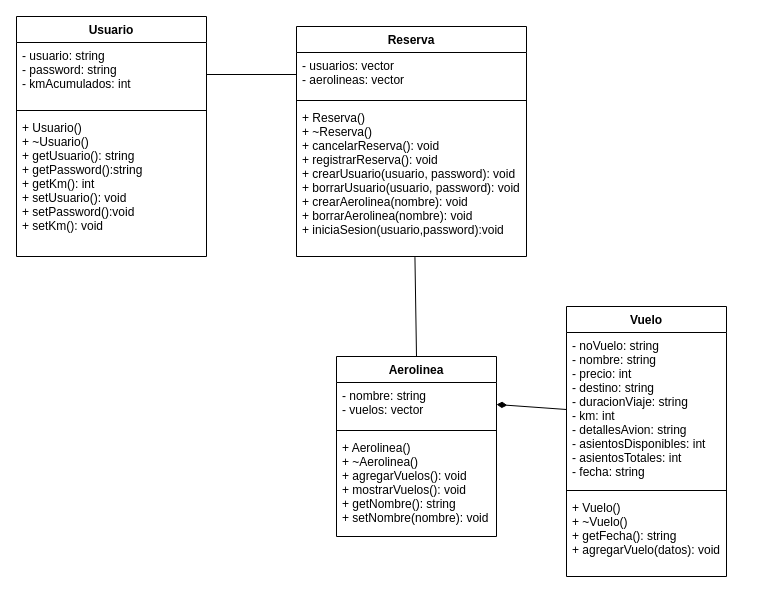
This is Proyecto/diagrama.drawio from AlexaBF/OOP, a draw.io file, before an edit. Source tidied: cells renumbered, new cells numbered last; positions are measured from the earlier drawing's top-left corner, leaving out a move shared by most shapes. Both pictures are drawn from the tidied source at 100%, with x=0, y=0 at pixel (16, 16).
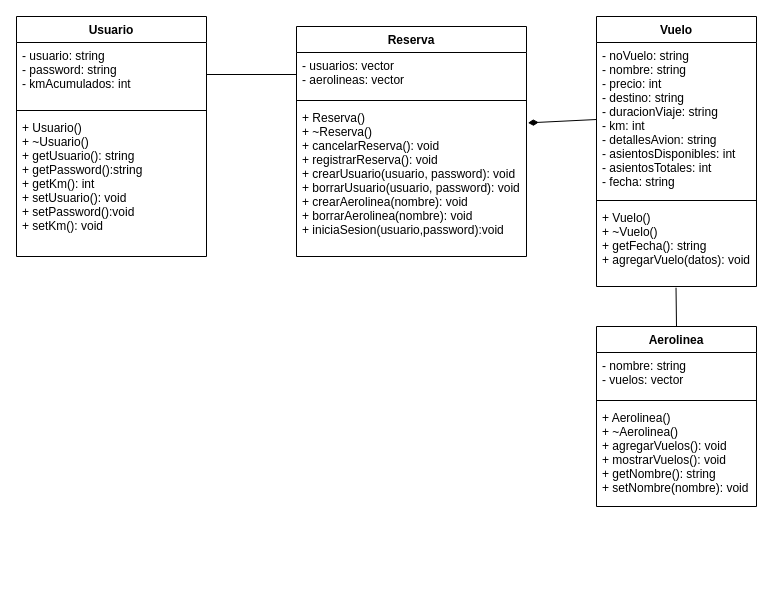
The same page after the edit.

Unchanged cells that the change refers to:
```xml
<mxCell id="7" value="- nombre: string&#10;- vuelos: vector" style="text;strokeColor=none;fillColor=none;align=left;verticalAlign=top;spacingLeft=4;spacingRight=4;overflow=hidden;points=[[0,0.5],[1,0.5]];portConstraint=eastwest;" parent="6" vertex="1">
  <mxGeometry y="26" width="160" height="44" as="geometry" />
</mxCell>
<mxCell id="11" value="- noVuelo: string&#10;- nombre: string&#10;- precio: int&#10;- destino: string&#10;- duracionViaje: string&#10;- km: int&#10;- detallesAvion: string&#10;- asientosDisponibles: int&#10;- asientosTotales: int&#10;- fecha: string" style="text;strokeColor=none;fillColor=none;align=left;verticalAlign=top;spacingLeft=4;spacingRight=4;overflow=hidden;points=[[0,0.5],[1,0.5]];portConstraint=eastwest;" parent="10" vertex="1">
  <mxGeometry y="26" width="160" height="154" as="geometry" />
</mxCell>
<mxCell id="13" value="+ Vuelo()&#10;+ ~Vuelo()&#10;+ getFecha(): string&#10;+ agregarVuelo(datos): void" style="text;strokeColor=none;fillColor=none;align=left;verticalAlign=top;spacingLeft=4;spacingRight=4;overflow=hidden;points=[[0,0.5],[1,0.5]];portConstraint=eastwest;" parent="10" vertex="1">
  <mxGeometry y="188" width="160" height="82" as="geometry" />
</mxCell>
<mxCell id="17" value="+ Reserva()&#10;+ ~Reserva()&#10;+ cancelarReserva(): void&#10;+ registrarReserva(): void&#10;+ crearUsuario(usuario, password): void&#10;+ borrarUsuario(usuario, password): void&#10;+ crearAerolinea(nombre): void&#10;+ borrarAerolinea(nombre): void&#10;+ iniciaSesion(usuario,password):void" style="text;strokeColor=none;fillColor=none;align=left;verticalAlign=top;spacingLeft=4;spacingRight=4;overflow=hidden;points=[[0,0.5],[1,0.5]];portConstraint=eastwest;" parent="14" vertex="1">
  <mxGeometry y="78" width="230" height="152" as="geometry" />
</mxCell>
```

The edit, as a diff of the source:
```diff
@@
     <mxCell id="6" value="Aerolinea" style="swimlane;fontStyle=1;align=center;verticalAlign=top;horizontal=1;startSize=26;" parent="1" vertex="1">
-      <mxGeometry x="320" y="340" width="160" height="180" as="geometry" />
+      <mxGeometry x="580" y="310" width="160" height="180" as="geometry" />
     </mxCell>
@@
     <mxCell id="10" value="Vuelo" style="swimlane;fontStyle=1;align=center;verticalAlign=top;horizontal=1;startSize=26;" parent="1" vertex="1">
-      <mxGeometry x="550" y="290" width="160" height="270" as="geometry" />
+      <mxGeometry x="580" width="160" height="270" as="geometry" />
     </mxCell>
@@
-    <mxCell id="18" style="endArrow=none;startArrow=diamondThin;endFill=0;startFill=1;html=1;verticalAlign=bottom;labelBackgroundColor=none;strokeWidth=1;startSize=8;endSize=8;exitX=1;exitY=0.5;exitDx=0;exitDy=0;entryX=0;entryY=0.5;entryDx=0;entryDy=0;" parent="1" edge="1" source="7" target="11">
+    <mxCell id="18" style="endArrow=none;startArrow=diamondThin;endFill=0;startFill=1;html=1;verticalAlign=bottom;labelBackgroundColor=none;strokeWidth=1;startSize=8;endSize=8;exitX=1.006;exitY=0.121;exitDx=0;exitDy=0;entryX=0;entryY=0.5;entryDx=0;entryDy=0;exitPerimeter=0;" parent="1" edge="1" source="17" target="11">
       <mxGeometry relative="1" as="geometry" />
     </mxCell>
-    <mxCell id="19" style="endArrow=none;html=1;exitX=0.5;exitY=0;exitDx=0;exitDy=0;entryX=0.515;entryY=1.004;entryDx=0;entryDy=0;entryPerimeter=0;" parent="1" edge="1" source="6" target="17">
+    <mxCell id="19" style="endArrow=none;html=1;exitX=0.5;exitY=0;exitDx=0;exitDy=0;entryX=0.497;entryY=1.015;entryDx=0;entryDy=0;entryPerimeter=0;" parent="1" edge="1" source="6" target="13">
       <mxGeometry relative="1" as="geometry" />
     </mxCell>
```
